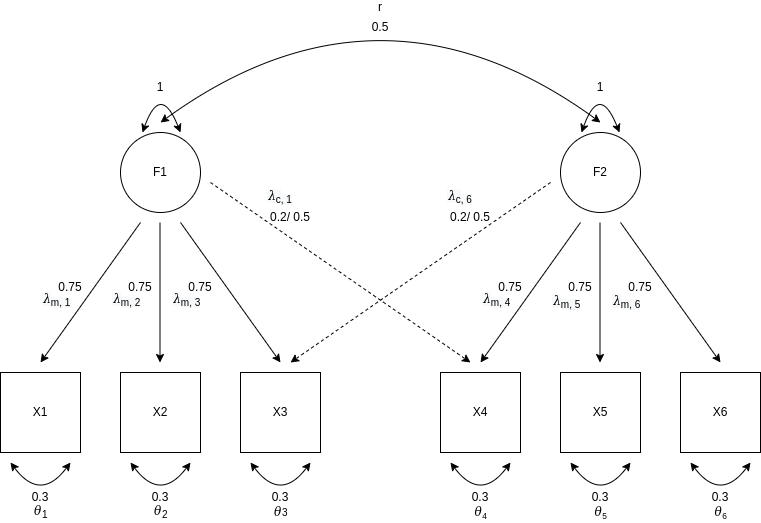
Before: Rmd/figures/model.png, a diagram exported from draw.io (JMBKoch/1vs2StepBayesianRegSEM). Source tidied: cells renumbered, new cells last; positions are measured from the earlier drawing's top-left corner, leaving out a move shared by most shapes.
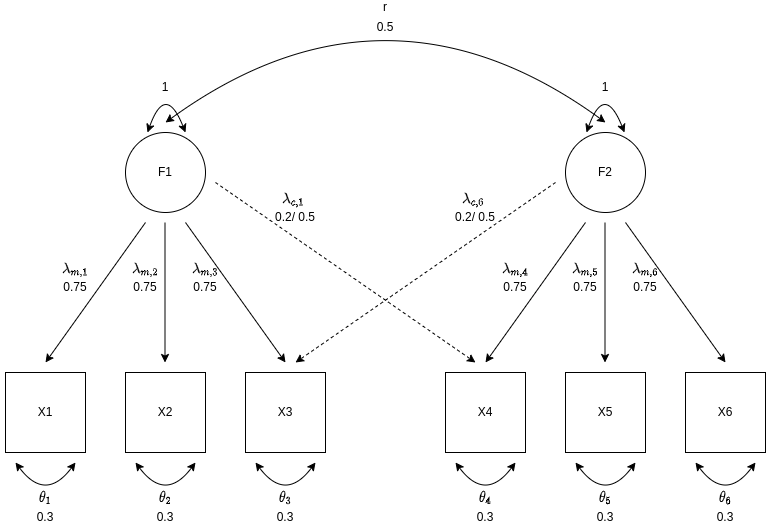
After the commit.

The edit, as a diff of the source:
```diff
@@ -1,4 +1,4 @@
-<mxGraphModel>
+<mxGraphModel math="1">
   <root>
     <mxCell id="0" />
     <mxCell id="1" parent="0" />
@@ -152,22 +152,22 @@
       <mxGeometry x="350" y="60" width="60" height="10" as="geometry" />
     </mxCell>
     <mxCell id="28" value="0.3" style="text;html=1;strokeColor=none;fillColor=none;align=center;verticalAlign=middle;whiteSpace=wrap;rounded=0;" parent="1" vertex="1">
-      <mxGeometry x="10" y="530" width="60" height="10" as="geometry" />
+      <mxGeometry x="10" y="550" width="60" height="10" as="geometry" />
     </mxCell>
     <mxCell id="29" value="0.3" style="text;html=1;strokeColor=none;fillColor=none;align=center;verticalAlign=middle;whiteSpace=wrap;rounded=0;" parent="1" vertex="1">
-      <mxGeometry x="130" y="530" width="60" height="10" as="geometry" />
+      <mxGeometry x="130" y="550" width="60" height="10" as="geometry" />
     </mxCell>
     <mxCell id="30" value="0.3" style="text;html=1;strokeColor=none;fillColor=none;align=center;verticalAlign=middle;whiteSpace=wrap;rounded=0;" parent="1" vertex="1">
-      <mxGeometry x="250" y="530" width="60" height="10" as="geometry" />
+      <mxGeometry x="250" y="550" width="60" height="10" as="geometry" />
     </mxCell>
     <mxCell id="31" value="0.3" style="text;html=1;strokeColor=none;fillColor=none;align=center;verticalAlign=middle;whiteSpace=wrap;rounded=0;" parent="1" vertex="1">
-      <mxGeometry x="450" y="530" width="60" height="10" as="geometry" />
+      <mxGeometry x="450" y="550" width="60" height="10" as="geometry" />
     </mxCell>
     <mxCell id="32" value="0.3" style="text;html=1;strokeColor=none;fillColor=none;align=center;verticalAlign=middle;whiteSpace=wrap;rounded=0;" parent="1" vertex="1">
-      <mxGeometry x="570" y="530" width="60" height="10" as="geometry" />
+      <mxGeometry x="570" y="550" width="60" height="10" as="geometry" />
     </mxCell>
     <mxCell id="33" value="0.3" style="text;html=1;strokeColor=none;fillColor=none;align=center;verticalAlign=middle;whiteSpace=wrap;rounded=0;" parent="1" vertex="1">
-      <mxGeometry x="690" y="530" width="60" height="10" as="geometry" />
+      <mxGeometry x="690" y="550" width="60" height="10" as="geometry" />
     </mxCell>
     <mxCell id="34" value="0.75" style="text;html=1;strokeColor=none;fillColor=none;align=center;verticalAlign=middle;whiteSpace=wrap;rounded=0;" parent="1" vertex="1">
       <mxGeometry x="40" y="320" width="60" height="10" as="geometry" />
@@ -205,50 +205,50 @@
     <mxCell id="43" value="0.75" style="text;html=1;strokeColor=none;fillColor=none;align=center;verticalAlign=middle;whiteSpace=wrap;rounded=0;" parent="1" vertex="1">
       <mxGeometry x="550" y="320" width="60" height="10" as="geometry" />
     </mxCell>
-    <mxCell id="44" value="𝜃&lt;sub&gt;1&lt;/sub&gt;" style="text;html=1;align=center;verticalAlign=middle;strokeColor=none;fillColor=none;" parent="1" vertex="1">
-      <mxGeometry x="25" y="540" width="30" height="20" as="geometry" />
+    <mxCell id="44" value="$$\theta_1$$" style="text;html=1;align=center;verticalAlign=middle;strokeColor=none;fillColor=none;" parent="1" vertex="1">
+      <mxGeometry x="-5" y="525" width="90" height="20" as="geometry" />
     </mxCell>
-    <mxCell id="45" value="𝜃&lt;sub&gt;2&lt;/sub&gt;" style="text;html=1;align=center;verticalAlign=middle;strokeColor=none;fillColor=none;" parent="1" vertex="1">
-      <mxGeometry x="145" y="540" width="30" height="20" as="geometry" />
-    </mxCell>
-    <mxCell id="46" value="𝜃&lt;span style=&quot;font-size: 10px&quot;&gt;3&lt;/span&gt;" style="text;html=1;align=center;verticalAlign=middle;strokeColor=none;fillColor=none;" parent="1" vertex="1">
-      <mxGeometry x="265" y="540" width="30" height="20" as="geometry" />
-    </mxCell>
-    <mxCell id="47" value="𝜃&lt;span style=&quot;font-size: 10px&quot;&gt;&lt;sub&gt;4&lt;/sub&gt;&lt;/span&gt;" style="text;html=1;align=center;verticalAlign=middle;strokeColor=none;fillColor=none;" parent="1" vertex="1">
-      <mxGeometry x="465" y="540" width="30" height="20" as="geometry" />
-    </mxCell>
-    <mxCell id="48" value="𝜃&lt;span style=&quot;font-size: 10px&quot;&gt;&lt;sub&gt;5&lt;/sub&gt;&lt;/span&gt;" style="text;html=1;align=center;verticalAlign=middle;strokeColor=none;fillColor=none;" parent="1" vertex="1">
-      <mxGeometry x="585" y="540" width="30" height="20" as="geometry" />
-    </mxCell>
-    <mxCell id="49" value="𝜃&lt;span style=&quot;font-size: 10px&quot;&gt;&lt;sub&gt;6&lt;/sub&gt;&lt;/span&gt;" style="text;html=1;align=center;verticalAlign=middle;strokeColor=none;fillColor=none;" parent="1" vertex="1">
-      <mxGeometry x="705" y="540" width="30" height="20" as="geometry" />
-    </mxCell>
-    <mxCell id="50" value="&lt;span style=&quot;color: rgb(0 , 0 , 0) ; font-family: &amp;#34;helvetica&amp;#34; ; font-size: 12px ; font-style: normal ; font-weight: 400 ; letter-spacing: normal ; text-align: center ; text-indent: 0px ; text-transform: none ; word-spacing: 0px ; background-color: rgb(248 , 249 , 250) ; display: inline ; float: none&quot;&gt;𝜆&lt;/span&gt;&lt;sub style=&quot;color: rgb(0 , 0 , 0) ; font-family: &amp;#34;helvetica&amp;#34; ; font-style: normal ; font-weight: 400 ; letter-spacing: normal ; text-align: center ; text-indent: 0px ; text-transform: none ; word-spacing: 0px ; background-color: rgb(248 , 249 , 250)&quot;&gt;m, 3&lt;/sub&gt;" style="text;whiteSpace=wrap;html=1;" parent="1" vertex="1">
-      <mxGeometry x="170" y="322.5" width="70" height="25" as="geometry" />
-    </mxCell>
-    <mxCell id="51" value="&lt;span style=&quot;color: rgb(0 , 0 , 0) ; font-family: &amp;#34;helvetica&amp;#34; ; font-size: 12px ; font-style: normal ; font-weight: 400 ; letter-spacing: normal ; text-align: center ; text-indent: 0px ; text-transform: none ; word-spacing: 0px ; background-color: rgb(248 , 249 , 250) ; display: inline ; float: none&quot;&gt;𝜆&lt;/span&gt;&lt;sub style=&quot;color: rgb(0 , 0 , 0) ; font-family: &amp;#34;helvetica&amp;#34; ; font-style: normal ; font-weight: 400 ; letter-spacing: normal ; text-align: center ; text-indent: 0px ; text-transform: none ; word-spacing: 0px ; background-color: rgb(248 , 249 , 250)&quot;&gt;m, 4&lt;/sub&gt;" style="text;whiteSpace=wrap;html=1;" parent="1" vertex="1">
-      <mxGeometry x="480" y="322.5" width="70" height="30" as="geometry" />
-    </mxCell>
-    <mxCell id="52" value="&lt;span style=&quot;color: rgb(0 , 0 , 0) ; font-family: &amp;#34;helvetica&amp;#34; ; font-size: 12px ; font-style: normal ; font-weight: 400 ; letter-spacing: normal ; text-align: center ; text-indent: 0px ; text-transform: none ; word-spacing: 0px ; background-color: rgb(248 , 249 , 250) ; display: inline ; float: none&quot;&gt;𝜆&lt;/span&gt;&lt;sub style=&quot;color: rgb(0 , 0 , 0) ; font-family: &amp;#34;helvetica&amp;#34; ; font-style: normal ; font-weight: 400 ; letter-spacing: normal ; text-align: center ; text-indent: 0px ; text-transform: none ; word-spacing: 0px ; background-color: rgb(248 , 249 , 250)&quot;&gt;m, 5&lt;/sub&gt;" style="text;whiteSpace=wrap;html=1;" parent="1" vertex="1">
-      <mxGeometry x="550" y="325" width="70" height="25" as="geometry" />
-    </mxCell>
-    <mxCell id="53" value="&lt;span style=&quot;color: rgb(0 , 0 , 0) ; font-family: &amp;#34;helvetica&amp;#34; ; font-size: 12px ; font-style: normal ; font-weight: 400 ; letter-spacing: normal ; text-align: center ; text-indent: 0px ; text-transform: none ; word-spacing: 0px ; background-color: rgb(248 , 249 , 250) ; display: inline ; float: none&quot;&gt;𝜆&lt;/span&gt;&lt;sub style=&quot;color: rgb(0 , 0 , 0) ; font-family: &amp;#34;helvetica&amp;#34; ; font-style: normal ; font-weight: 400 ; letter-spacing: normal ; text-align: center ; text-indent: 0px ; text-transform: none ; word-spacing: 0px ; background-color: rgb(248 , 249 , 250)&quot;&gt;m, 6&lt;/sub&gt;" style="text;whiteSpace=wrap;html=1;" parent="1" vertex="1">
-      <mxGeometry x="610" y="325" width="70" height="30" as="geometry" />
-    </mxCell>
-    <mxCell id="54" value="&lt;span style=&quot;color: rgb(0 , 0 , 0) ; font-family: &amp;#34;helvetica&amp;#34; ; font-size: 12px ; font-style: normal ; font-weight: 400 ; letter-spacing: normal ; text-align: center ; text-indent: 0px ; text-transform: none ; word-spacing: 0px ; background-color: rgb(248 , 249 , 250) ; display: inline ; float: none&quot;&gt;𝜆&lt;sub&gt;c&lt;/sub&gt;&lt;/span&gt;&lt;sub style=&quot;color: rgb(0 , 0 , 0) ; font-family: &amp;#34;helvetica&amp;#34; ; font-style: normal ; font-weight: 400 ; letter-spacing: normal ; text-align: center ; text-indent: 0px ; text-transform: none ; word-spacing: 0px ; background-color: rgb(248 , 249 , 250)&quot;&gt;, 1&lt;/sub&gt;" style="text;whiteSpace=wrap;html=1;" parent="1" vertex="1">
-      <mxGeometry x="265" y="220" width="70" height="30" as="geometry" />
-    </mxCell>
-    <mxCell id="55" value="&lt;span style=&quot;color: rgb(0 , 0 , 0) ; font-family: &amp;#34;helvetica&amp;#34; ; font-size: 12px ; font-style: normal ; font-weight: 400 ; letter-spacing: normal ; text-align: center ; text-indent: 0px ; text-transform: none ; word-spacing: 0px ; background-color: rgb(248 , 249 , 250) ; display: inline ; float: none&quot;&gt;𝜆&lt;sub&gt;c&lt;/sub&gt;&lt;/span&gt;&lt;sub style=&quot;color: rgb(0 , 0 , 0) ; font-family: &amp;#34;helvetica&amp;#34; ; font-style: normal ; font-weight: 400 ; letter-spacing: normal ; text-align: center ; text-indent: 0px ; text-transform: none ; word-spacing: 0px ; background-color: rgb(248 , 249 , 250)&quot;&gt;, 6&lt;/sub&gt;" style="text;whiteSpace=wrap;html=1;" parent="1" vertex="1">
-      <mxGeometry x="445" y="220" width="70" height="30" as="geometry" />
-    </mxCell>
-    <mxCell id="56" value="&lt;span style=&quot;color: rgb(0 , 0 , 0) ; font-family: &amp;#34;helvetica&amp;#34; ; font-size: 12px ; font-style: normal ; font-weight: 400 ; letter-spacing: normal ; text-align: center ; text-indent: 0px ; text-transform: none ; word-spacing: 0px ; background-color: rgb(248 , 249 , 250) ; display: inline ; float: none&quot;&gt;𝜆&lt;/span&gt;&lt;sub style=&quot;color: rgb(0 , 0 , 0) ; font-family: &amp;#34;helvetica&amp;#34; ; font-style: normal ; font-weight: 400 ; letter-spacing: normal ; text-align: center ; text-indent: 0px ; text-transform: none ; word-spacing: 0px ; background-color: rgb(248 , 249 , 250)&quot;&gt;m, 1&lt;/sub&gt;" style="text;whiteSpace=wrap;html=1;" parent="1" vertex="1">
-      <mxGeometry x="40" y="322.5" width="70" height="30" as="geometry" />
+    <mxCell id="56" value="&lt;div style=&quot;text-align: center&quot;&gt;&lt;span&gt;&lt;font face=&quot;helvetica&quot;&gt;$$\lambda_{m, 1}$$&lt;/font&gt;&lt;/span&gt;&lt;/div&gt;" style="text;whiteSpace=wrap;html=1;" parent="1" vertex="1">
+      <mxGeometry x="55" y="280" width="30" height="40" as="geometry" />
     </mxCell>
-    <mxCell id="57" value="&lt;span style=&quot;color: rgb(0 , 0 , 0) ; font-family: &amp;#34;helvetica&amp;#34; ; font-size: 12px ; font-style: normal ; font-weight: 400 ; letter-spacing: normal ; text-align: center ; text-indent: 0px ; text-transform: none ; word-spacing: 0px ; background-color: rgb(248 , 249 , 250) ; display: inline ; float: none&quot;&gt;𝜆&lt;/span&gt;&lt;sub style=&quot;color: rgb(0 , 0 , 0) ; font-family: &amp;#34;helvetica&amp;#34; ; font-style: normal ; font-weight: 400 ; letter-spacing: normal ; text-align: center ; text-indent: 0px ; text-transform: none ; word-spacing: 0px ; background-color: rgb(248 , 249 , 250)&quot;&gt;m, 2&lt;/sub&gt;" style="text;whiteSpace=wrap;html=1;" parent="1" vertex="1">
-      <mxGeometry x="110" y="322.5" width="70" height="30" as="geometry" />
-    </mxCell>
     <mxCell id="58" value="r" style="text;html=1;strokeColor=none;fillColor=none;align=center;verticalAlign=middle;whiteSpace=wrap;rounded=0;" parent="1" vertex="1">
       <mxGeometry x="350" y="40" width="60" height="10" as="geometry" />
     </mxCell>
+    <mxCell id="59" value="$$\theta_2$$" style="text;html=1;align=center;verticalAlign=middle;strokeColor=none;fillColor=none;" parent="1" vertex="1">
+      <mxGeometry x="115" y="525" width="90" height="20" as="geometry" />
+    </mxCell>
+    <mxCell id="60" value="$$\theta_3$$" style="text;html=1;align=center;verticalAlign=middle;strokeColor=none;fillColor=none;" parent="1" vertex="1">
+      <mxGeometry x="235" y="525" width="90" height="20" as="geometry" />
+    </mxCell>
+    <mxCell id="61" value="$$\theta_4$$" style="text;html=1;align=center;verticalAlign=middle;strokeColor=none;fillColor=none;" parent="1" vertex="1">
+      <mxGeometry x="435" y="525" width="90" height="20" as="geometry" />
+    </mxCell>
+    <mxCell id="62" value="$$\theta_5$$" style="text;html=1;align=center;verticalAlign=middle;strokeColor=none;fillColor=none;" parent="1" vertex="1">
+      <mxGeometry x="555" y="525" width="90" height="20" as="geometry" />
+    </mxCell>
+    <mxCell id="63" value="$$\theta_6$$" style="text;html=1;align=center;verticalAlign=middle;strokeColor=none;fillColor=none;" parent="1" vertex="1">
+      <mxGeometry x="675" y="525" width="90" height="20" as="geometry" />
+    </mxCell>
+    <mxCell id="64" value="&lt;div style=&quot;text-align: center&quot;&gt;&lt;span&gt;&lt;font face=&quot;helvetica&quot;&gt;$$\lambda_{m, 2}$$&lt;/font&gt;&lt;/span&gt;&lt;/div&gt;" style="text;whiteSpace=wrap;html=1;" parent="1" vertex="1">
+      <mxGeometry x="125" y="280" width="30" height="40" as="geometry" />
+    </mxCell>
+    <mxCell id="65" value="&lt;div style=&quot;text-align: center&quot;&gt;&lt;span&gt;&lt;font face=&quot;helvetica&quot;&gt;$$\lambda_{m, 3}$$&lt;/font&gt;&lt;/span&gt;&lt;/div&gt;" style="text;whiteSpace=wrap;html=1;" parent="1" vertex="1">
+      <mxGeometry x="185" y="280" width="30" height="40" as="geometry" />
+    </mxCell>
+    <mxCell id="66" value="&lt;div style=&quot;text-align: center&quot;&gt;&lt;span&gt;&lt;font face=&quot;helvetica&quot;&gt;$$\lambda_{m, 4}$$&lt;/font&gt;&lt;/span&gt;&lt;/div&gt;" style="text;whiteSpace=wrap;html=1;" parent="1" vertex="1">
+      <mxGeometry x="495" y="280" width="30" height="40" as="geometry" />
+    </mxCell>
+    <mxCell id="67" value="&lt;div style=&quot;text-align: center&quot;&gt;&lt;span&gt;&lt;font face=&quot;helvetica&quot;&gt;$$\lambda_{m, 5}$$&lt;/font&gt;&lt;/span&gt;&lt;/div&gt;" style="text;whiteSpace=wrap;html=1;" parent="1" vertex="1">
+      <mxGeometry x="565" y="280" width="30" height="40" as="geometry" />
+    </mxCell>
+    <mxCell id="68" value="&lt;div style=&quot;text-align: center&quot;&gt;&lt;span&gt;&lt;font face=&quot;helvetica&quot;&gt;$$\lambda_{m, 6}$$&lt;/font&gt;&lt;/span&gt;&lt;/div&gt;" style="text;whiteSpace=wrap;html=1;" parent="1" vertex="1">
+      <mxGeometry x="625" y="280" width="30" height="40" as="geometry" />
+    </mxCell>
+    <mxCell id="69" value="&lt;div style=&quot;text-align: center&quot;&gt;&lt;span&gt;&lt;font face=&quot;helvetica&quot;&gt;$$\lambda_{c, 1}$$&lt;/font&gt;&lt;/span&gt;&lt;/div&gt;" style="text;whiteSpace=wrap;html=1;" parent="1" vertex="1">
+      <mxGeometry x="275" y="210" width="30" height="40" as="geometry" />
+    </mxCell>
+    <mxCell id="70" value="&lt;div style=&quot;text-align: center&quot;&gt;&lt;span&gt;&lt;font face=&quot;helvetica&quot;&gt;$$\lambda_{c, 6}$$&lt;/font&gt;&lt;/span&gt;&lt;/div&gt;" style="text;whiteSpace=wrap;html=1;" parent="1" vertex="1">
+      <mxGeometry x="455" y="210" width="30" height="40" as="geometry" />
+    </mxCell>
   </root>
 </mxGraphModel>
```
